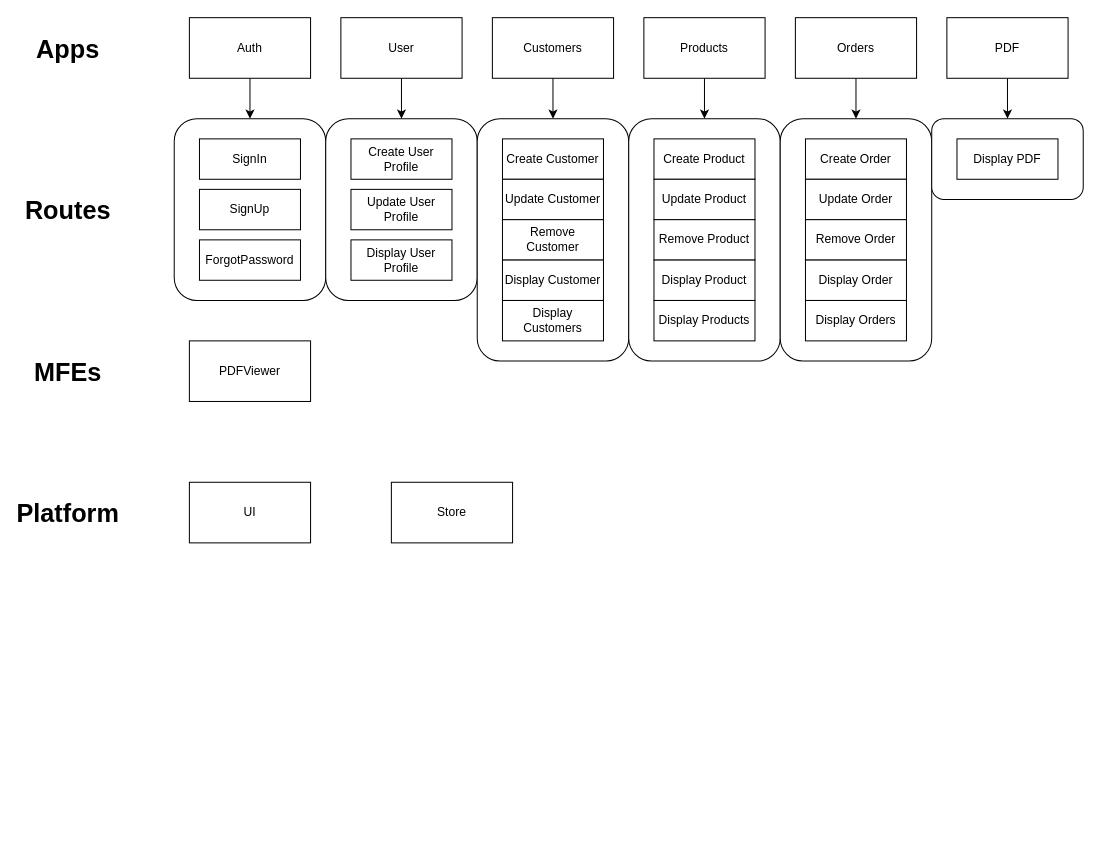
The draw.io diagram page "Page-1" (1 of 3) of architecture.dio in Lokicoule/fdo-frontend, before the edit. Source tidied: cells renumbered, new cells numbered last; positions are measured from the earlier drawing's top-left corner, leaving out a move shared by most shapes. Both pictures are drawn from the tidied source at 101%, with x=0, y=0 at pixel (37, 17).
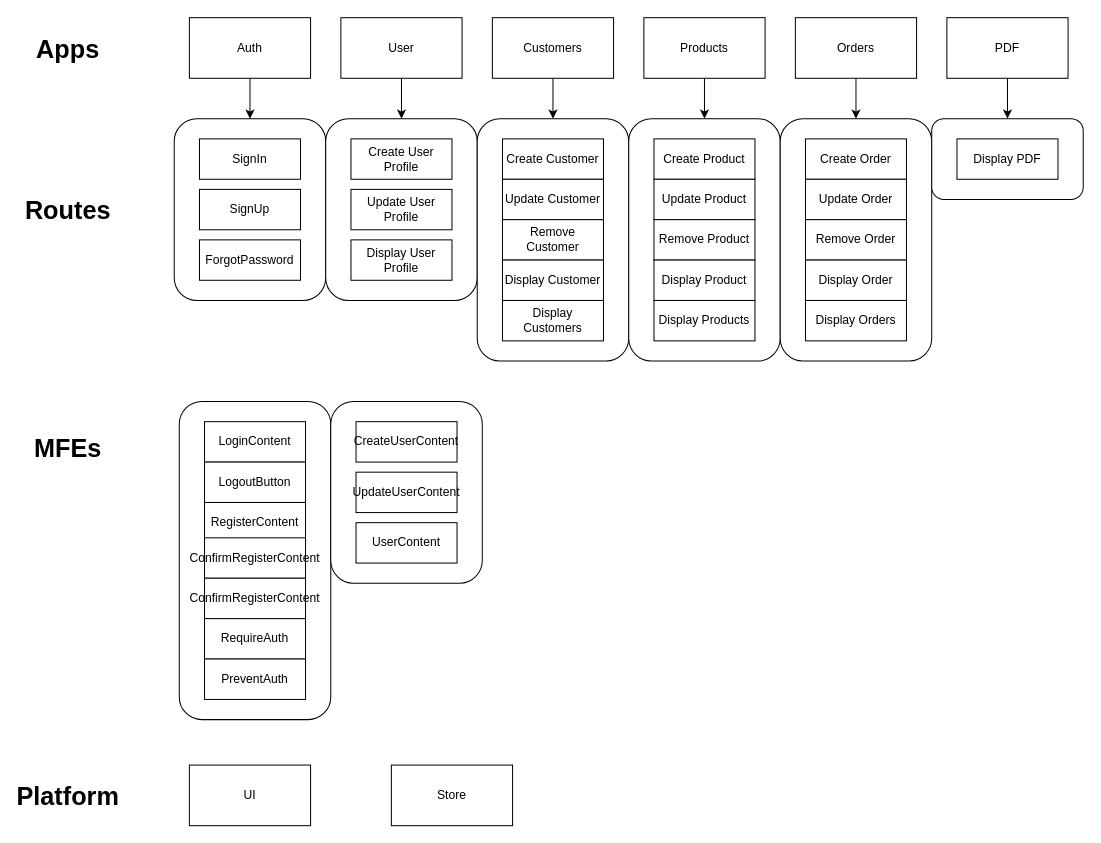
After the change.

What changed in the source:
```diff
@@
     <mxCell id="13" value="&lt;b&gt;&lt;font style=&quot;font-size: 25px&quot;&gt;MFEs&lt;/font&gt;&lt;/b&gt;" style="text;html=1;strokeColor=none;fillColor=none;align=center;verticalAlign=middle;whiteSpace=wrap;rounded=0;fontSize=25;" parent="1" vertex="1">
-      <mxGeometry y="335" width="60" height="30" as="geometry" />
+      <mxGeometry y="410" width="60" height="30" as="geometry" />
     </mxCell>
     <mxCell id="14" value="&lt;b&gt;&lt;font style=&quot;font-size: 25px&quot;&gt;Platform&lt;/font&gt;&lt;/b&gt;" style="text;html=1;strokeColor=none;fillColor=none;align=center;verticalAlign=middle;whiteSpace=wrap;rounded=0;fontSize=25;" parent="1" vertex="1">
-      <mxGeometry y="475" width="60" height="30" as="geometry" />
+      <mxGeometry y="755" width="60" height="30" as="geometry" />
     </mxCell>
@@
-    <mxCell id="20" value="PDFViewer" style="rounded=0;whiteSpace=wrap;html=1;" parent="1" vertex="1">
-      <mxGeometry x="150" y="320" width="120" height="60" as="geometry" />
-    </mxCell>
     <mxCell id="21" value="UI" style="rounded=0;whiteSpace=wrap;html=1;" parent="1" vertex="1">
-      <mxGeometry x="150" y="460" width="120" height="60" as="geometry" />
+      <mxGeometry x="150" y="740" width="120" height="60" as="geometry" />
     </mxCell>
     <mxCell id="22" value="Store" style="rounded=0;whiteSpace=wrap;html=1;" parent="1" vertex="1">
-      <mxGeometry x="350" y="460" width="120" height="60" as="geometry" />
+      <mxGeometry x="350" y="740" width="120" height="60" as="geometry" />
     </mxCell>
@@
+    <mxCell id="49" style="rounded=1;whiteSpace=wrap;html=1;fontSize=25;" parent="1" vertex="1">
+      <mxGeometry x="140" y="380" width="150" height="315" as="geometry" />
+    </mxCell>
+    <mxCell id="50" value="LoginContent" style="rounded=0;whiteSpace=wrap;html=1;" parent="1" vertex="1">
+      <mxGeometry x="165" y="400" width="100" height="40" as="geometry" />
+    </mxCell>
+    <mxCell id="51" value="LogoutButton" style="rounded=0;whiteSpace=wrap;html=1;" parent="1" vertex="1">
+      <mxGeometry x="165" y="440" width="100" height="40" as="geometry" />
+    </mxCell>
+    <mxCell id="52" value="RegisterContent" style="rounded=0;whiteSpace=wrap;html=1;" parent="1" vertex="1">
+      <mxGeometry x="165" y="480" width="100" height="40" as="geometry" />
+    </mxCell>
+    <mxCell id="53" value="ConfirmRegisterContent" style="rounded=0;whiteSpace=wrap;html=1;" parent="1" vertex="1">
+      <mxGeometry x="165" y="515" width="100" height="40" as="geometry" />
+    </mxCell>
+    <mxCell id="54" value="ConfirmRegisterContent" style="rounded=0;whiteSpace=wrap;html=1;" parent="1" vertex="1">
+      <mxGeometry x="165" y="555" width="100" height="40" as="geometry" />
+    </mxCell>
+    <mxCell id="55" value="RequireAuth" style="rounded=0;whiteSpace=wrap;html=1;" parent="1" vertex="1">
+      <mxGeometry x="165" y="595" width="100" height="40" as="geometry" />
+    </mxCell>
+    <mxCell id="56" value="PreventAuth" style="rounded=0;whiteSpace=wrap;html=1;" parent="1" vertex="1">
+      <mxGeometry x="165" y="635" width="100" height="40" as="geometry" />
+    </mxCell>
+    <mxCell id="57" style="rounded=1;whiteSpace=wrap;html=1;fontSize=25;" parent="1" vertex="1">
+      <mxGeometry x="290" y="380" width="150" height="180" as="geometry" />
+    </mxCell>
+    <mxCell id="58" value="CreateUserContent" style="rounded=0;whiteSpace=wrap;html=1;" parent="1" vertex="1">
+      <mxGeometry x="315" y="400" width="100" height="40" as="geometry" />
+    </mxCell>
+    <mxCell id="59" value="UpdateUserContent" style="rounded=0;whiteSpace=wrap;html=1;" parent="1" vertex="1">
+      <mxGeometry x="315" y="450" width="100" height="40" as="geometry" />
+    </mxCell>
+    <mxCell id="60" value="UserContent" style="rounded=0;whiteSpace=wrap;html=1;" parent="1" vertex="1">
+      <mxGeometry x="315" y="500" width="100" height="40" as="geometry" />
+    </mxCell>
```
